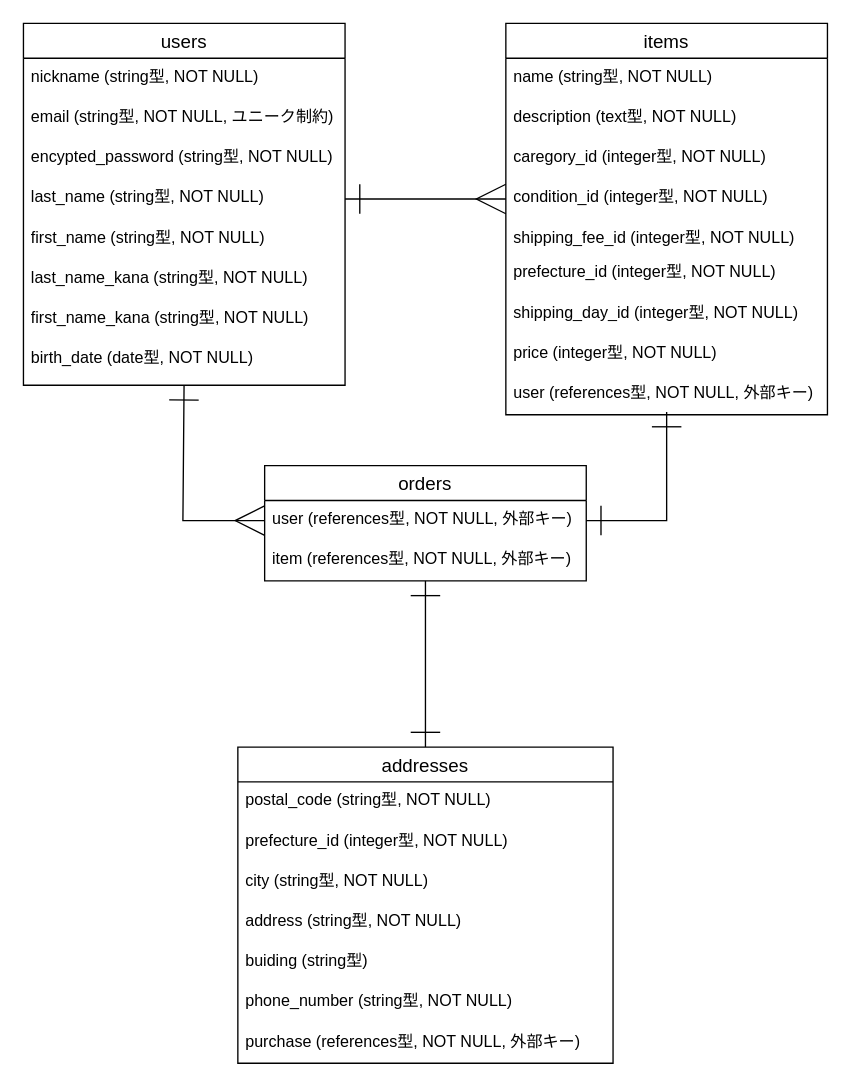
The draw.io diagram furima.dio in WatanabeMegumi/furima-42080, before the edit. Source tidied: cells renumbered, new cells numbered last; positions are measured from the earlier drawing's top-left corner, leaving out a move shared by most shapes. Both pictures are drawn from the tidied source at 134%, with x=0, y=0 at pixel (23, 23).
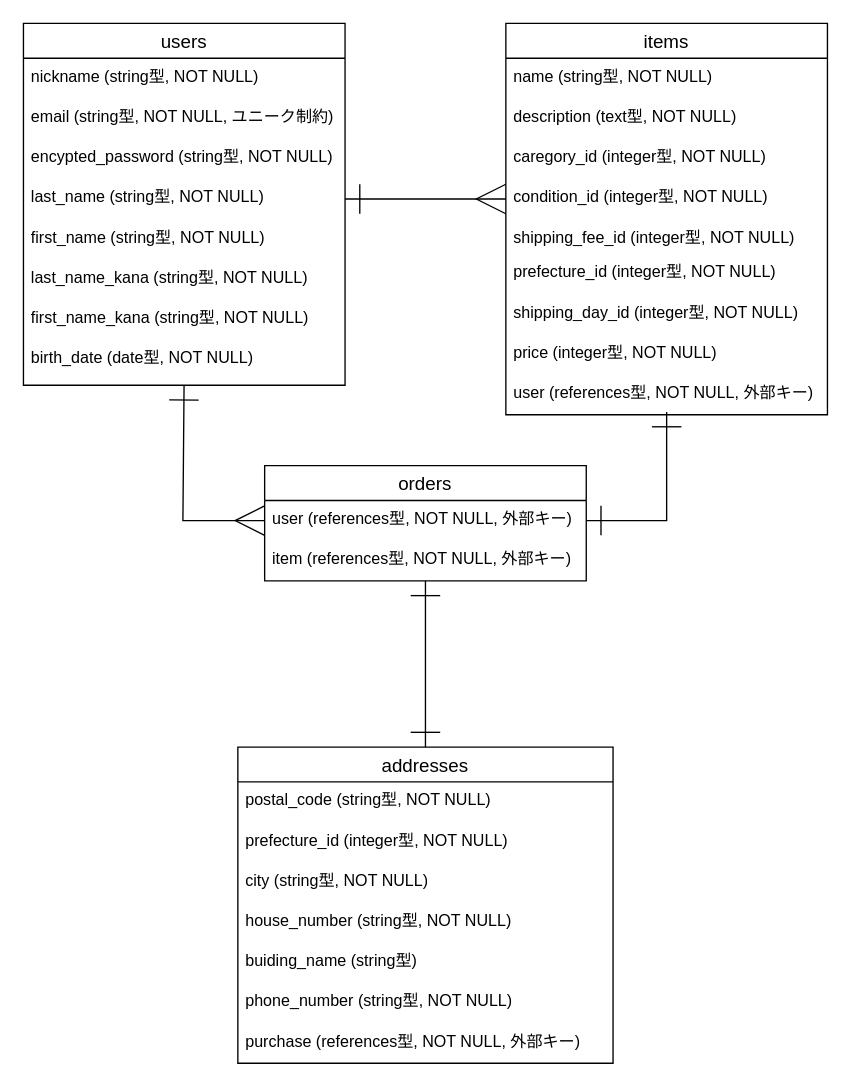
The same page after the edit.

Unchanged cells that the change refers to:
```xml
<mxCell id="25" value="addresses" style="swimlane;fontStyle=0;horizontal=1;startSize=26;align=center;fontSize=14;" parent="1" vertex="1">
  <mxGeometry x="160" y="540" width="280" height="236" as="geometry" />
</mxCell>
```

Diff of the diagram source:
```diff
@@
-    <mxCell id="29" value="address&amp;nbsp;&lt;span style=&quot;color: rgb(0, 0, 0);&quot;&gt;(string型, NOT NULL)&lt;/span&gt;" style="text;strokeColor=none;fillColor=none;spacingLeft=4;spacingRight=4;overflow=hidden;fontSize=12;whiteSpace=wrap;html=1;" parent="25" vertex="1">
+    <mxCell id="29" value="house_number&amp;nbsp;&lt;span style=&quot;color: rgb(0, 0, 0);&quot;&gt;(string型, NOT NULL)&lt;/span&gt;" style="text;strokeColor=none;fillColor=none;spacingLeft=4;spacingRight=4;overflow=hidden;fontSize=12;whiteSpace=wrap;html=1;" parent="25" vertex="1">
       <mxGeometry y="116" width="280" height="30" as="geometry" />
     </mxCell>
-    <mxCell id="30" value="buiding&amp;nbsp;&lt;span style=&quot;color: rgb(0, 0, 0);&quot;&gt;(string型)&lt;/span&gt;" style="text;strokeColor=none;fillColor=none;spacingLeft=4;spacingRight=4;overflow=hidden;fontSize=12;whiteSpace=wrap;html=1;" parent="25" vertex="1">
+    <mxCell id="30" value="buiding_name&amp;nbsp;&lt;span style=&quot;color: rgb(0, 0, 0);&quot;&gt;(string型)&lt;/span&gt;" style="text;strokeColor=none;fillColor=none;spacingLeft=4;spacingRight=4;overflow=hidden;fontSize=12;whiteSpace=wrap;html=1;" parent="25" vertex="1">
       <mxGeometry y="146" width="280" height="30" as="geometry" />
     </mxCell>
```
